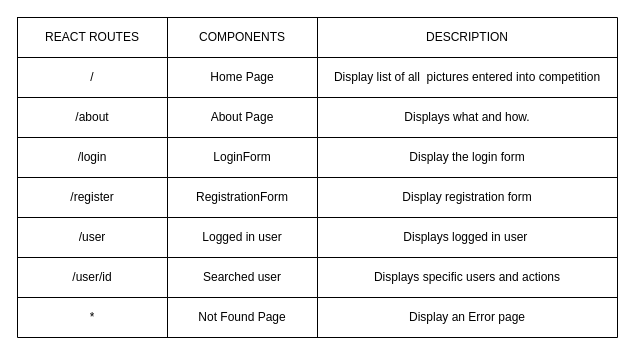
This is planning/react-routes.drawio from kcweise/wildlife, a draw.io file, before an edit. Source tidied: cells renumbered, new cells numbered last; positions are measured from the earlier drawing's top-left corner, leaving out a move shared by most shapes. Both pictures are drawn from the tidied source at 100%, with x=0, y=0 at pixel (17, 17).
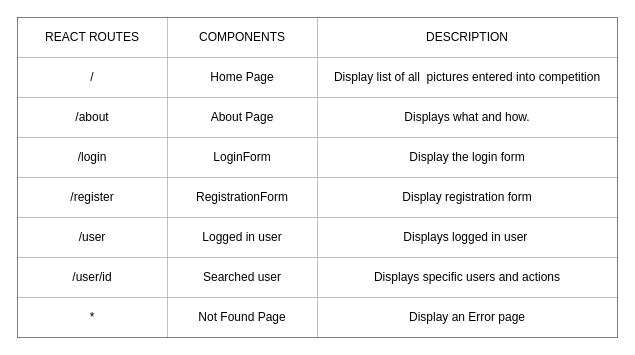
The same diagram, later.

Unchanged cells that the change refers to:
```xml
<mxCell id="7" style="shape=tableRow;horizontal=0;startSize=0;swimlaneHead=0;swimlaneBody=0;top=0;left=0;bottom=0;right=0;fillColor=none;" parent="2" vertex="1">
  <mxGeometry y="40" width="600" height="40" as="geometry" />
</mxCell>
<mxCell id="11" style="shape=tableRow;horizontal=0;startSize=0;swimlaneHead=0;swimlaneBody=0;top=0;left=0;bottom=0;right=0;fillColor=none;" parent="2" vertex="1">
  <mxGeometry y="80" width="600" height="40" as="geometry" />
</mxCell>
<mxCell id="15" style="shape=tableRow;horizontal=0;startSize=0;swimlaneHead=0;swimlaneBody=0;top=0;left=0;bottom=0;right=0;fillColor=none;" parent="2" vertex="1">
  <mxGeometry y="120" width="600" height="40" as="geometry" />
</mxCell>
<mxCell id="19" style="shape=tableRow;horizontal=0;startSize=0;swimlaneHead=0;swimlaneBody=0;top=0;left=0;bottom=0;right=0;fillColor=none;" parent="2" vertex="1">
  <mxGeometry y="160" width="600" height="40" as="geometry" />
</mxCell>
<mxCell id="23" style="shape=tableRow;horizontal=0;startSize=0;swimlaneHead=0;swimlaneBody=0;top=0;left=0;bottom=0;right=0;fillColor=none;" parent="2" vertex="1">
  <mxGeometry y="200" width="600" height="40" as="geometry" />
</mxCell>
<mxCell id="27" style="shape=tableRow;horizontal=0;startSize=0;swimlaneHead=0;swimlaneBody=0;top=0;left=0;bottom=0;right=0;fillColor=none;" parent="2" vertex="1">
  <mxGeometry y="240" width="600" height="40" as="geometry" />
</mxCell>
<mxCell id="31" style="shape=tableRow;horizontal=0;startSize=0;swimlaneHead=0;swimlaneBody=0;top=0;left=0;bottom=0;right=0;fillColor=none;" parent="2" vertex="1">
  <mxGeometry y="280" width="600" height="40" as="geometry" />
</mxCell>
```

What changed in the source:
```diff
@@
-    <mxCell id="2" style="shape=table;html=1;whiteSpace=wrap;startSize=0;childLayout=tableLayout;" parent="1" vertex="1">
+    <mxCell id="2" style="shape=table;html=1;whiteSpace=wrap;startSize=0;childLayout=tableLayout;swimlaneFillColor=#000000;" parent="1" vertex="1">
       <mxGeometry width="600" height="320" as="geometry" />
     </mxCell>
-    <mxCell id="3" style="shape=tableRow;horizontal=0;startSize=0;swimlaneHead=0;swimlaneBody=0;top=0;left=0;bottom=0;right=0;fillColor=none;" parent="2" vertex="1">
+    <mxCell id="3" style="shape=tableRow;horizontal=0;startSize=0;swimlaneHead=0;swimlaneBody=0;top=0;left=0;bottom=0;right=0;fillColor=none;swimlaneFillColor=#000000;" parent="2" vertex="1">
       <mxGeometry width="600" height="40" as="geometry" />
     </mxCell>
-    <mxCell id="4" value="REACT ROUTES" style="shape=partialRectangle;html=1;whiteSpace=wrap;fillColor=none;top=0;left=0;bottom=0;right=0;overflow=hidden;" parent="3" vertex="1">
+    <mxCell id="4" value="REACT ROUTES" style="shape=partialRectangle;html=1;whiteSpace=wrap;top=0;left=0;bottom=0;right=0;overflow=hidden;fillStyle=solid;" parent="3" vertex="1">
       <mxGeometry width="150" height="40" as="geometry" />
     </mxCell>
-    <mxCell id="5" value="COMPONENTS" style="shape=partialRectangle;html=1;whiteSpace=wrap;fillColor=none;top=0;left=0;bottom=0;right=0;overflow=hidden;" parent="3" vertex="1">
+    <mxCell id="5" value="COMPONENTS" style="shape=partialRectangle;html=1;whiteSpace=wrap;top=0;left=0;bottom=0;right=0;overflow=hidden;fillStyle=solid;" parent="3" vertex="1">
       <mxGeometry x="150" width="150" height="40" as="geometry" />
     </mxCell>
-    <mxCell id="6" value="DESCRIPTION" style="shape=partialRectangle;html=1;whiteSpace=wrap;fillColor=none;top=0;left=0;bottom=0;right=0;overflow=hidden;" parent="3" vertex="1">
+    <mxCell id="6" value="DESCRIPTION" style="shape=partialRectangle;html=1;whiteSpace=wrap;fillColor=default;top=0;left=0;bottom=0;right=0;overflow=hidden;fillStyle=solid;" parent="3" vertex="1">
       <mxGeometry x="300" width="300" height="40" as="geometry" />
     </mxCell>
@@
-    <mxCell id="8" value="/" style="shape=partialRectangle;html=1;whiteSpace=wrap;fillColor=none;top=0;left=0;bottom=0;right=0;overflow=hidden;" parent="7" vertex="1">
+    <mxCell id="8" value="/" style="shape=partialRectangle;html=1;whiteSpace=wrap;fillColor=default;top=0;left=0;bottom=0;right=0;overflow=hidden;fillStyle=solid;" parent="7" vertex="1">
       <mxGeometry width="150" height="40" as="geometry" />
     </mxCell>
-    <mxCell id="9" value="Home Page" style="shape=partialRectangle;html=1;whiteSpace=wrap;fillColor=none;top=0;left=0;bottom=0;right=0;overflow=hidden;" parent="7" vertex="1">
+    <mxCell id="9" value="Home Page" style="shape=partialRectangle;html=1;whiteSpace=wrap;fillColor=default;top=0;left=0;bottom=0;right=0;overflow=hidden;fillStyle=solid;" parent="7" vertex="1">
       <mxGeometry x="150" width="150" height="40" as="geometry" />
     </mxCell>
-    <mxCell id="10" value="Display list of all&amp;nbsp; pictures entered into competition" style="shape=partialRectangle;html=1;whiteSpace=wrap;fillColor=none;top=0;left=0;bottom=0;right=0;overflow=hidden;" parent="7" vertex="1">
+    <mxCell id="10" value="Display list of all&amp;nbsp; pictures entered into competition" style="shape=partialRectangle;html=1;whiteSpace=wrap;fillColor=default;top=0;left=0;bottom=0;right=0;overflow=hidden;fillStyle=solid;" parent="7" vertex="1">
       <mxGeometry x="300" width="300" height="40" as="geometry" />
     </mxCell>
@@
-    <mxCell id="12" value="/about" style="shape=partialRectangle;html=1;whiteSpace=wrap;fillColor=none;top=0;left=0;bottom=0;right=0;overflow=hidden;" parent="11" vertex="1">
+    <mxCell id="12" value="/about" style="shape=partialRectangle;html=1;whiteSpace=wrap;fillColor=default;top=0;left=0;bottom=0;right=0;overflow=hidden;fillStyle=solid;" parent="11" vertex="1">
       <mxGeometry width="150" height="40" as="geometry" />
     </mxCell>
-    <mxCell id="13" value="About Page" style="shape=partialRectangle;html=1;whiteSpace=wrap;fillColor=none;top=0;left=0;bottom=0;right=0;overflow=hidden;" parent="11" vertex="1">
+    <mxCell id="13" value="About Page" style="shape=partialRectangle;html=1;whiteSpace=wrap;fillColor=default;top=0;left=0;bottom=0;right=0;overflow=hidden;fillStyle=solid;" parent="11" vertex="1">
       <mxGeometry x="150" width="150" height="40" as="geometry" />
     </mxCell>
-    <mxCell id="14" value="Displays what and how." style="shape=partialRectangle;html=1;whiteSpace=wrap;fillColor=none;top=0;left=0;bottom=0;right=0;overflow=hidden;" parent="11" vertex="1">
+    <mxCell id="14" value="Displays what and how." style="shape=partialRectangle;html=1;whiteSpace=wrap;fillColor=default;top=0;left=0;bottom=0;right=0;overflow=hidden;fillStyle=solid;" parent="11" vertex="1">
       <mxGeometry x="300" width="300" height="40" as="geometry" />
     </mxCell>
@@
-    <mxCell id="16" value="/login" style="shape=partialRectangle;html=1;whiteSpace=wrap;fillColor=none;top=0;left=0;bottom=0;right=0;overflow=hidden;" parent="15" vertex="1">
+    <mxCell id="16" value="/login" style="shape=partialRectangle;html=1;whiteSpace=wrap;fillColor=default;top=0;left=0;bottom=0;right=0;overflow=hidden;fillStyle=solid;" parent="15" vertex="1">
       <mxGeometry width="150" height="40" as="geometry" />
     </mxCell>
-    <mxCell id="17" value="LoginForm" style="shape=partialRectangle;html=1;whiteSpace=wrap;fillColor=none;top=0;left=0;bottom=0;right=0;overflow=hidden;" parent="15" vertex="1">
+    <mxCell id="17" value="LoginForm" style="shape=partialRectangle;html=1;whiteSpace=wrap;fillColor=default;top=0;left=0;bottom=0;right=0;overflow=hidden;fillStyle=solid;" parent="15" vertex="1">
       <mxGeometry x="150" width="150" height="40" as="geometry" />
     </mxCell>
-    <mxCell id="18" value="Display the login form" style="shape=partialRectangle;html=1;whiteSpace=wrap;fillColor=none;top=0;left=0;bottom=0;right=0;overflow=hidden;" parent="15" vertex="1">
+    <mxCell id="18" value="Display the login form" style="shape=partialRectangle;html=1;whiteSpace=wrap;fillColor=default;top=0;left=0;bottom=0;right=0;overflow=hidden;fillStyle=solid;" parent="15" vertex="1">
       <mxGeometry x="300" width="300" height="40" as="geometry" />
     </mxCell>
@@
-    <mxCell id="20" value="/register" style="shape=partialRectangle;html=1;whiteSpace=wrap;fillColor=none;top=0;left=0;bottom=0;right=0;overflow=hidden;" parent="19" vertex="1">
+    <mxCell id="20" value="/register" style="shape=partialRectangle;html=1;whiteSpace=wrap;fillColor=default;top=0;left=0;bottom=0;right=0;overflow=hidden;fillStyle=solid;" parent="19" vertex="1">
       <mxGeometry width="150" height="40" as="geometry" />
     </mxCell>
-    <mxCell id="21" value="RegistrationForm" style="shape=partialRectangle;html=1;whiteSpace=wrap;fillColor=none;top=0;left=0;bottom=0;right=0;overflow=hidden;" parent="19" vertex="1">
+    <mxCell id="21" value="RegistrationForm" style="shape=partialRectangle;html=1;whiteSpace=wrap;fillColor=default;top=0;left=0;bottom=0;right=0;overflow=hidden;fillStyle=solid;" parent="19" vertex="1">
       <mxGeometry x="150" width="150" height="40" as="geometry" />
     </mxCell>
-    <mxCell id="22" value="Display registration form" style="shape=partialRectangle;html=1;whiteSpace=wrap;fillColor=none;top=0;left=0;bottom=0;right=0;overflow=hidden;" parent="19" vertex="1">
+    <mxCell id="22" value="Display registration form" style="shape=partialRectangle;html=1;whiteSpace=wrap;fillColor=default;top=0;left=0;bottom=0;right=0;overflow=hidden;fillStyle=solid;" parent="19" vertex="1">
       <mxGeometry x="300" width="300" height="40" as="geometry" />
     </mxCell>
@@
-    <mxCell id="24" value="/user" style="shape=partialRectangle;html=1;whiteSpace=wrap;fillColor=none;top=0;left=0;bottom=0;right=0;overflow=hidden;" parent="23" vertex="1">
+    <mxCell id="24" value="/user" style="shape=partialRectangle;html=1;whiteSpace=wrap;fillColor=default;top=0;left=0;bottom=0;right=0;overflow=hidden;fillStyle=solid;" parent="23" vertex="1">
       <mxGeometry width="150" height="40" as="geometry" />
     </mxCell>
-    <mxCell id="25" value="Logged in user" style="shape=partialRectangle;html=1;whiteSpace=wrap;fillColor=none;top=0;left=0;bottom=0;right=0;overflow=hidden;" parent="23" vertex="1">
+    <mxCell id="25" value="Logged in user" style="shape=partialRectangle;html=1;whiteSpace=wrap;fillColor=default;top=0;left=0;bottom=0;right=0;overflow=hidden;fillStyle=solid;" parent="23" vertex="1">
       <mxGeometry x="150" width="150" height="40" as="geometry" />
     </mxCell>
-    <mxCell id="26" value="Displays logged in user&amp;nbsp;" style="shape=partialRectangle;html=1;whiteSpace=wrap;fillColor=none;top=0;left=0;bottom=0;right=0;overflow=hidden;" parent="23" vertex="1">
+    <mxCell id="26" value="Displays logged in user&amp;nbsp;" style="shape=partialRectangle;html=1;whiteSpace=wrap;fillColor=default;top=0;left=0;bottom=0;right=0;overflow=hidden;fillStyle=solid;" parent="23" vertex="1">
       <mxGeometry x="300" width="300" height="40" as="geometry" />
     </mxCell>
@@
-    <mxCell id="28" value="/user/id" style="shape=partialRectangle;html=1;whiteSpace=wrap;fillColor=none;top=0;left=0;bottom=0;right=0;overflow=hidden;" parent="27" vertex="1">
+    <mxCell id="28" value="/user/id" style="shape=partialRectangle;html=1;whiteSpace=wrap;fillColor=default;top=0;left=0;bottom=0;right=0;overflow=hidden;fillStyle=solid;" parent="27" vertex="1">
       <mxGeometry width="150" height="40" as="geometry" />
     </mxCell>
-    <mxCell id="29" value="Searched user" style="shape=partialRectangle;html=1;whiteSpace=wrap;fillColor=none;top=0;left=0;bottom=0;right=0;overflow=hidden;" parent="27" vertex="1">
+    <mxCell id="29" value="Searched user" style="shape=partialRectangle;html=1;whiteSpace=wrap;fillColor=default;top=0;left=0;bottom=0;right=0;overflow=hidden;fillStyle=solid;" parent="27" vertex="1">
       <mxGeometry x="150" width="150" height="40" as="geometry" />
     </mxCell>
-    <mxCell id="30" value="Displays specific users and actions" style="shape=partialRectangle;html=1;whiteSpace=wrap;fillColor=none;top=0;left=0;bottom=0;right=0;overflow=hidden;" parent="27" vertex="1">
+    <mxCell id="30" value="Displays specific users and actions" style="shape=partialRectangle;html=1;whiteSpace=wrap;fillColor=default;top=0;left=0;bottom=0;right=0;overflow=hidden;fillStyle=solid;" parent="27" vertex="1">
       <mxGeometry x="300" width="300" height="40" as="geometry" />
     </mxCell>
@@
-    <mxCell id="32" value="*" style="shape=partialRectangle;html=1;whiteSpace=wrap;fillColor=none;top=0;left=0;bottom=0;right=0;overflow=hidden;" parent="31" vertex="1">
+    <mxCell id="32" value="*" style="shape=partialRectangle;html=1;whiteSpace=wrap;fillColor=default;top=0;left=0;bottom=0;right=0;overflow=hidden;fillStyle=solid;" parent="31" vertex="1">
       <mxGeometry width="150" height="40" as="geometry" />
     </mxCell>
-    <mxCell id="33" value="Not Found Page" style="shape=partialRectangle;html=1;whiteSpace=wrap;fillColor=none;top=0;left=0;bottom=0;right=0;overflow=hidden;" parent="31" vertex="1">
+    <mxCell id="33" value="Not Found Page" style="shape=partialRectangle;html=1;whiteSpace=wrap;fillColor=default;top=0;left=0;bottom=0;right=0;overflow=hidden;fillStyle=solid;" parent="31" vertex="1">
       <mxGeometry x="150" width="150" height="40" as="geometry" />
     </mxCell>
-    <mxCell id="34" value="Display an Error page" style="shape=partialRectangle;html=1;whiteSpace=wrap;fillColor=none;top=0;left=0;bottom=0;right=0;overflow=hidden;" parent="31" vertex="1">
+    <mxCell id="34" value="Display an Error page" style="shape=partialRectangle;html=1;whiteSpace=wrap;fillColor=default;top=0;left=0;bottom=0;right=0;overflow=hidden;fillStyle=solid;" parent="31" vertex="1">
       <mxGeometry x="300" width="300" height="40" as="geometry" />
     </mxCell>
```
